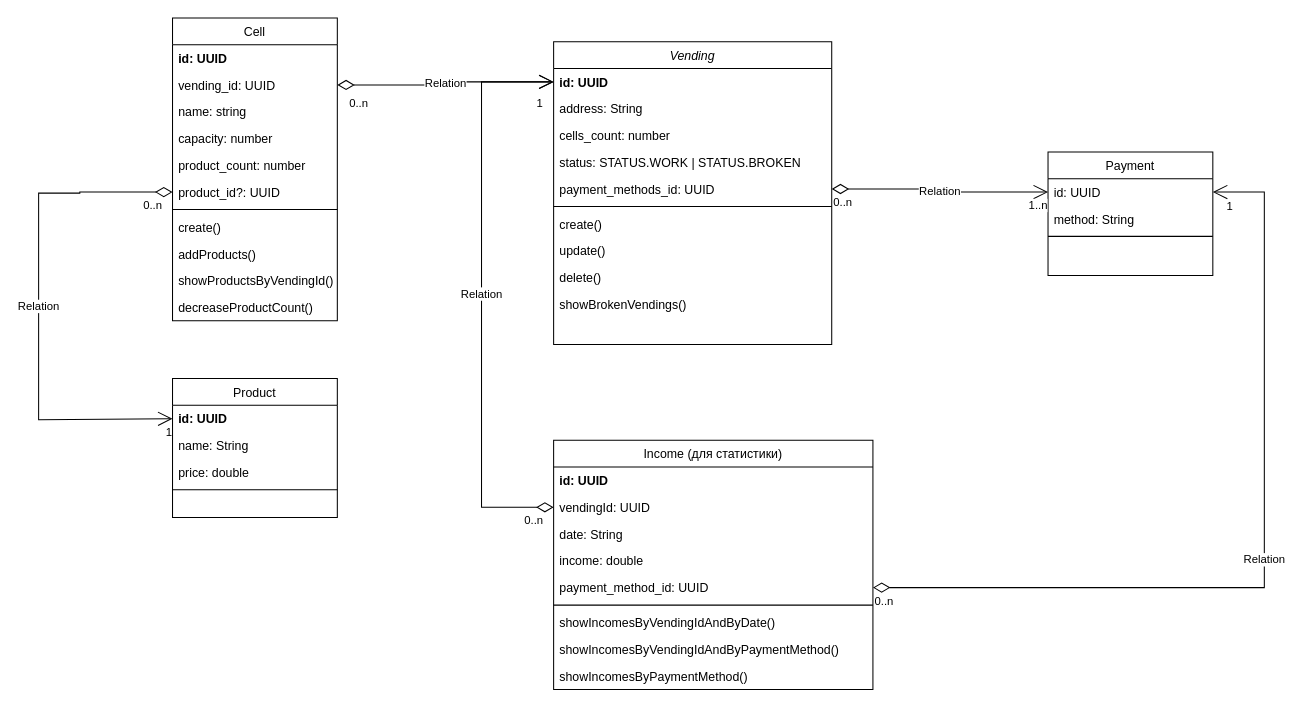
The draw.io diagram VendingShop.drawio in Bychkova-Elena/vendingShop, before the edit. Source tidied: cells renumbered, new cells numbered last; positions are measured from the earlier drawing's top-left corner, leaving out a move shared by most shapes. Both pictures are drawn from the tidied source at 103%, with x=0, y=0 at pixel (38, 18).
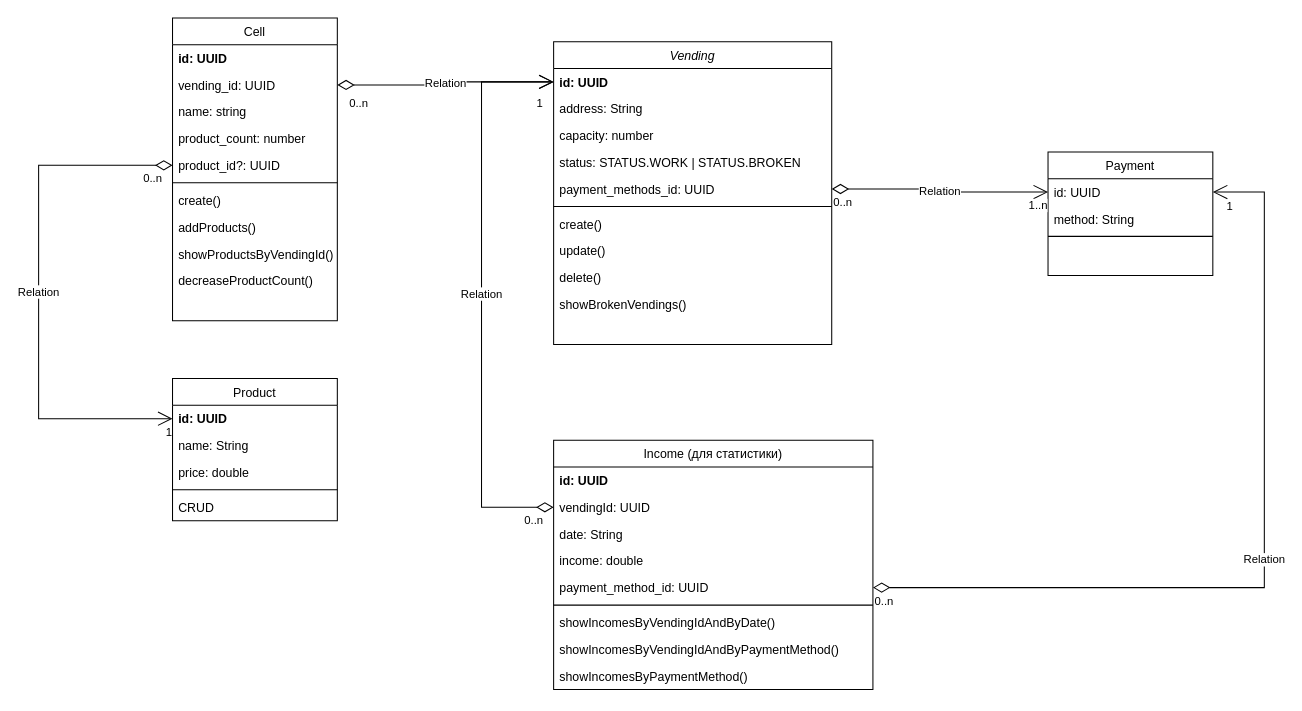
The same page after the edit.

Unchanged cells that the change refers to:
```xml
<mxCell id="2" value="Vending" style="swimlane;fontStyle=2;align=center;verticalAlign=top;horizontal=1;startSize=26;rounded=0;shadow=0;strokeWidth=1;" parent="1" vertex="1">
  <mxGeometry x="500" y="23" width="270" height="294" as="geometry" />
</mxCell>
<mxCell id="14" value="id: UUID" style="text;align=left;verticalAlign=top;spacingLeft=4;spacingRight=4;overflow=hidden;points=[[0,0.5],[1,0.5]];portConstraint=eastwest;fontStyle=1;" parent="13" vertex="1">
  <mxGeometry y="26" width="160" height="26" as="geometry" />
</mxCell>
<mxCell id="18" value="Cell" style="swimlane;fontStyle=0;align=center;verticalAlign=top;horizontal=1;startSize=26;rounded=0;shadow=0;strokeWidth=1;" parent="1" vertex="1">
  <mxGeometry x="130" width="160" height="294" as="geometry" />
</mxCell>
```

The edit, as a diff of the source:
```diff
@@
-    <mxCell id="5" value="cells_count: number" style="text;align=left;verticalAlign=top;spacingLeft=4;spacingRight=4;overflow=hidden;rounded=0;shadow=0;html=0;" parent="2" vertex="1">
+    <mxCell id="5" value="capacity: number" style="text;align=left;verticalAlign=top;spacingLeft=4;spacingRight=4;overflow=hidden;rounded=0;shadow=0;html=0;" parent="2" vertex="1">
       <mxGeometry y="78" width="270" height="26" as="geometry" />
     </mxCell>
@@
     <mxCell id="13" value="Product" style="swimlane;fontStyle=0;align=center;verticalAlign=top;horizontal=1;startSize=26;rounded=0;shadow=0;strokeWidth=1;" parent="1" vertex="1">
-      <mxGeometry x="130" y="350" width="160" height="135" as="geometry" />
+      <mxGeometry x="130" y="350" width="160" height="138" as="geometry" />
     </mxCell>
@@
+    <mxCell id="58" value="CRUD" style="text;align=left;verticalAlign=top;spacingLeft=4;spacingRight=4;overflow=hidden;fontStyle=0;" parent="13" vertex="1">
+      <mxGeometry y="112" width="160" height="26" as="geometry" />
+    </mxCell>
@@
-    <mxCell id="22" value="capacity: number" style="text;align=left;verticalAlign=top;spacingLeft=4;spacingRight=4;overflow=hidden;" parent="18" vertex="1">
-      <mxGeometry y="104" width="160" height="26" as="geometry" />
-    </mxCell>
     <mxCell id="23" value="product_count: number" style="text;align=left;verticalAlign=top;spacingLeft=4;spacingRight=4;overflow=hidden;" parent="18" vertex="1">
-      <mxGeometry y="130" width="160" height="26" as="geometry" />
+      <mxGeometry y="104" width="160" height="26" as="geometry" />
     </mxCell>
     <mxCell id="24" value="product_id?: UUID" style="text;align=left;verticalAlign=top;spacingLeft=4;spacingRight=4;overflow=hidden;points=[[0,0.5],[1,0.5]];portConstraint=eastwest;" parent="18" vertex="1">
-      <mxGeometry y="156" width="160" height="26" as="geometry" />
+      <mxGeometry y="130" width="160" height="26" as="geometry" />
     </mxCell>
     <mxCell id="25" style="line;html=1;strokeWidth=1;align=left;verticalAlign=middle;spacingTop=-1;spacingLeft=3;spacingRight=3;labelPosition=right;" parent="18" vertex="1">
-      <mxGeometry y="182" width="160" height="8" as="geometry" />
+      <mxGeometry y="156" width="160" height="8" as="geometry" />
     </mxCell>
     <mxCell id="26" value="create()&#10;" style="text;align=left;verticalAlign=top;spacingLeft=4;spacingRight=4;overflow=hidden;fontStyle=0;" parent="18" vertex="1">
-      <mxGeometry y="190" width="160" height="26" as="geometry" />
+      <mxGeometry y="164" width="160" height="26" as="geometry" />
     </mxCell>
     <mxCell id="27" value="addProducts()&#10;" style="text;align=left;verticalAlign=top;spacingLeft=4;spacingRight=4;overflow=hidden;fontStyle=0;" parent="18" vertex="1">
-      <mxGeometry y="216" width="160" height="26" as="geometry" />
+      <mxGeometry y="190" width="160" height="26" as="geometry" />
     </mxCell>
     <mxCell id="28" value="showProductsByVendingId()&#10;" style="text;align=left;verticalAlign=top;spacingLeft=4;spacingRight=4;overflow=hidden;fontStyle=0;" parent="18" vertex="1">
-      <mxGeometry y="242" width="160" height="26" as="geometry" />
+      <mxGeometry y="216" width="160" height="26" as="geometry" />
     </mxCell>
     <mxCell id="29" value="decreaseProductCount()&#10;" style="text;align=left;verticalAlign=top;spacingLeft=4;spacingRight=4;overflow=hidden;fontStyle=0;" parent="18" vertex="1">
-      <mxGeometry y="268" width="160" height="26" as="geometry" />
+      <mxGeometry y="242" width="160" height="26" as="geometry" />
     </mxCell>
@@
     <mxCell id="37" value="Relation" style="endArrow=open;html=1;endSize=12;startArrow=diamondThin;startSize=14;startFill=0;edgeStyle=orthogonalEdgeStyle;rounded=0;exitX=0;exitY=0.5;exitDx=0;exitDy=0;entryX=0;entryY=0.5;entryDx=0;entryDy=0;" parent="1" edge="1" source="24" target="14">
       <mxGeometry relative="1" as="geometry">
         <Array as="points">
-          <mxPoint x="40" y="169" />
-          <mxPoint x="40" y="170" />
-          <mxPoint y="170" />
-          <mxPoint y="390" />
+          <mxPoint y="143" />
+          <mxPoint y="389" />
         </Array>
       </mxGeometry>
     </mxCell>
```
